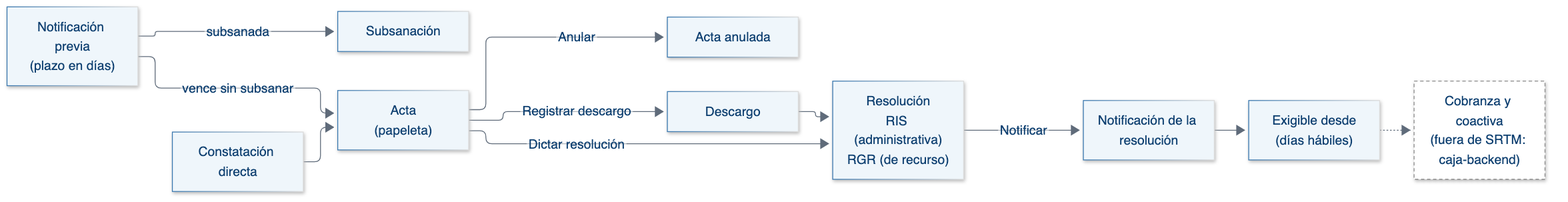
This is docs/manuales/recursos/diagramas/generados/ciclo-acta.png from wasichai/srtm-backend, a Mermaid export, as it was before one commit. Its source is kept beside it as docs/manuales/recursos/diagramas/ciclo-acta.mmd. Its diagram source:
```mermaid
flowchart LR
  N["Notificación previa<br/>(plazo en días)"] -->|subsanada| SU["Subsanación"]
  N -->|vence sin subsanar| A["Acta<br/>(papeleta)"]
  A0["Constatación directa"] --> A
  A -->|Anular| AN["Acta anulada"]
  A -->|Registrar descargo| D["Descargo"]
  A -->|Dictar resolución| R["Resolución<br/>RIS (administrativa)<br/>RGR (de recurso)"]
  D --> R
  R -->|Notificar| NR["Notificación de la resolución"]
  NR --> X["Exigible desde<br/>(días hábiles)"]
  X -.-> C["Cobranza y coactiva<br/>(fuera de SRTM: caja-backend)"]
  classDef fuera fill:#FFFFFF,stroke:#8A8A8A,stroke-dasharray:4 3
  class C fuera
```
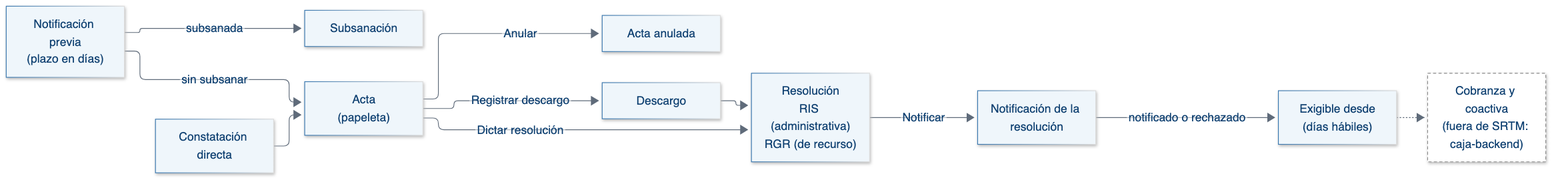
Later version of the same file.

What changed in the source:
```diff
@@ -1,13 +1,13 @@
 flowchart LR
   N["Notificación previa<br/>(plazo en días)"] -->|subsanada| SU["Subsanación"]
-  N -->|vence sin subsanar| A["Acta<br/>(papeleta)"]
+  N -->|sin subsanar| A["Acta<br/>(papeleta)"]
   A0["Constatación directa"] --> A
   A -->|Anular| AN["Acta anulada"]
   A -->|Registrar descargo| D["Descargo"]
   A -->|Dictar resolución| R["Resolución<br/>RIS (administrativa)<br/>RGR (de recurso)"]
   D --> R
   R -->|Notificar| NR["Notificación de la resolución"]
-  NR --> X["Exigible desde<br/>(días hábiles)"]
+  NR -->|notificado o rechazado| X["Exigible desde<br/>(días hábiles)"]
   X -.-> C["Cobranza y coactiva<br/>(fuera de SRTM: caja-backend)"]
   classDef fuera fill:#FFFFFF,stroke:#8A8A8A,stroke-dasharray:4 3
   class C fuera
```
